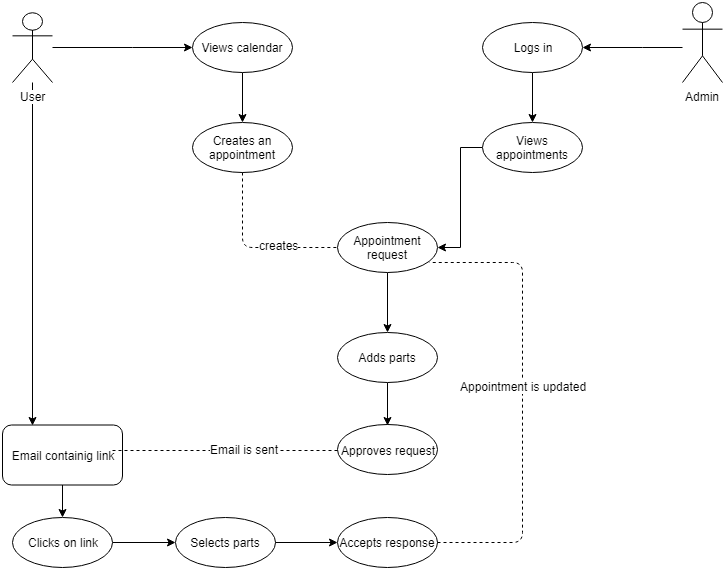
Above: arhitecture/userAccepts.png in argalex/BikeS (draw.io), before the change. Source tidied: cells renumbered, new cells last; positions are measured from the earlier drawing's top-left corner, leaving out a move shared by most shapes.
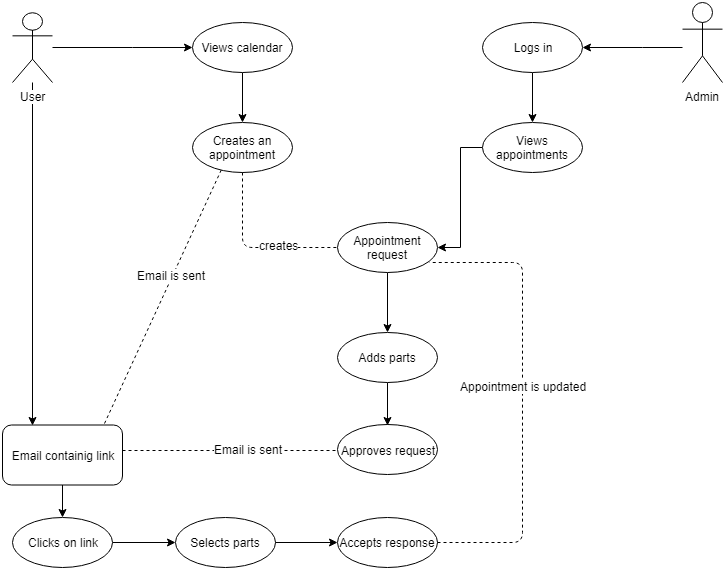
Later version of the same file.

Change to the diagram source:
```diff
@@ -1,4 +1,4 @@
-<mxGraphModel background="#ffffff">
+<mxGraphModel>
   <root>
     <mxCell id="0" />
     <mxCell id="1" parent="0" />
@@ -42,11 +42,11 @@
     <mxCell id="11" value="Logs in" style="ellipse;whiteSpace=wrap;html=1;" parent="1" vertex="1">
       <mxGeometry x="480" y="20" width="100" height="50" as="geometry" />
     </mxCell>
-    <mxCell id="12" style="edgeStyle=orthogonalEdgeStyle;rounded=0;jettySize=auto;html=1;" parent="1" edge="1" source="13">
-      <mxGeometry relative="1" as="geometry">
-        <mxPoint x="385" y="330" as="targetPoint" />
-      </mxGeometry>
-    </mxCell>
+    <mxCell id="32" style="edgeStyle=orthogonalEdgeStyle;rounded=0;jettySize=auto;html=1;" parent="1" edge="1" source="13">
+      <mxGeometry relative="1" as="geometry">
+        <mxPoint x="385" y="330" as="targetPoint" />
+      </mxGeometry>
+    </mxCell>
     <mxCell id="13" value="Appointment request" style="ellipse;whiteSpace=wrap;html=1;" parent="1" vertex="1">
       <mxGeometry x="335" y="220" width="100" height="50" as="geometry" />
     </mxCell>
@@ -101,17 +101,23 @@
     <mxCell id="27" value="Adds parts" style="ellipse;whiteSpace=wrap;html=1;" parent="1" vertex="1">
       <mxGeometry x="335" y="330" width="100" height="50" as="geometry" />
     </mxCell>
-    <mxCell id="28" style="endArrow=none;dashed=1;html=1;entryX=1;entryY=0.5;entryDx=0;entryDy=0;exitX=0.917;exitY=0.425;exitDx=0;exitDy=0;exitPerimeter=0;" parent="1" edge="1" source="20" target="18">
+    <mxCell id="28" style="endArrow=none;dashed=1;html=1;entryX=1;entryY=0.5;entryDx=0;entryDy=0;exitX=1;exitY=0.425;exitDx=0;exitDy=0;exitPerimeter=0;" parent="1" edge="1" source="20" target="18">
       <mxGeometry relative="1" as="geometry" />
     </mxCell>
-    <mxCell id="29" value="Email is sent" style="text;html=1;align=center;verticalAlign=middle;labelBackgroundColor=#ffffff;" parent="28" vertex="1">
-      <mxGeometry x="0.16" y="2" relative="1" as="geometry" />
-    </mxCell>
+    <mxCell id="33" value="Email is sent" style="text;html=1;align=center;verticalAlign=middle;labelBackgroundColor=#ffffff;" parent="28" vertex="1">
+      <mxGeometry x="0.16" y="2" relative="1" as="geometry" />
+    </mxCell>
     <mxCell id="30" style="edgeStyle=orthogonalEdgeStyle;rounded=0;jettySize=auto;html=1;entryX=0;entryY=0.5;entryDx=0;entryDy=0;" parent="1" edge="1" source="31" target="23">
       <mxGeometry relative="1" as="geometry" />
     </mxCell>
     <mxCell id="31" value="Selects parts" style="ellipse;whiteSpace=wrap;html=1;" parent="1" vertex="1">
       <mxGeometry x="172.5" y="515" width="100" height="50" as="geometry" />
     </mxCell>
+    <mxCell id="34" style="endArrow=none;dashed=1;html=1;entryX=0.29;entryY=0.94;entryDx=0;entryDy=0;exitX=0.85;exitY=-0.025;exitDx=0;exitDy=0;exitPerimeter=0;entryPerimeter=0;" parent="1" edge="1" source="20" target="9">
+      <mxGeometry relative="1" as="geometry" />
+    </mxCell>
+    <mxCell id="35" value="Email is sent" style="text;html=1;align=center;verticalAlign=middle;labelBackgroundColor=#ffffff;" parent="34" vertex="1">
+      <mxGeometry x="0.16" y="2" relative="1" as="geometry" />
+    </mxCell>
   </root>
 </mxGraphModel>
```
